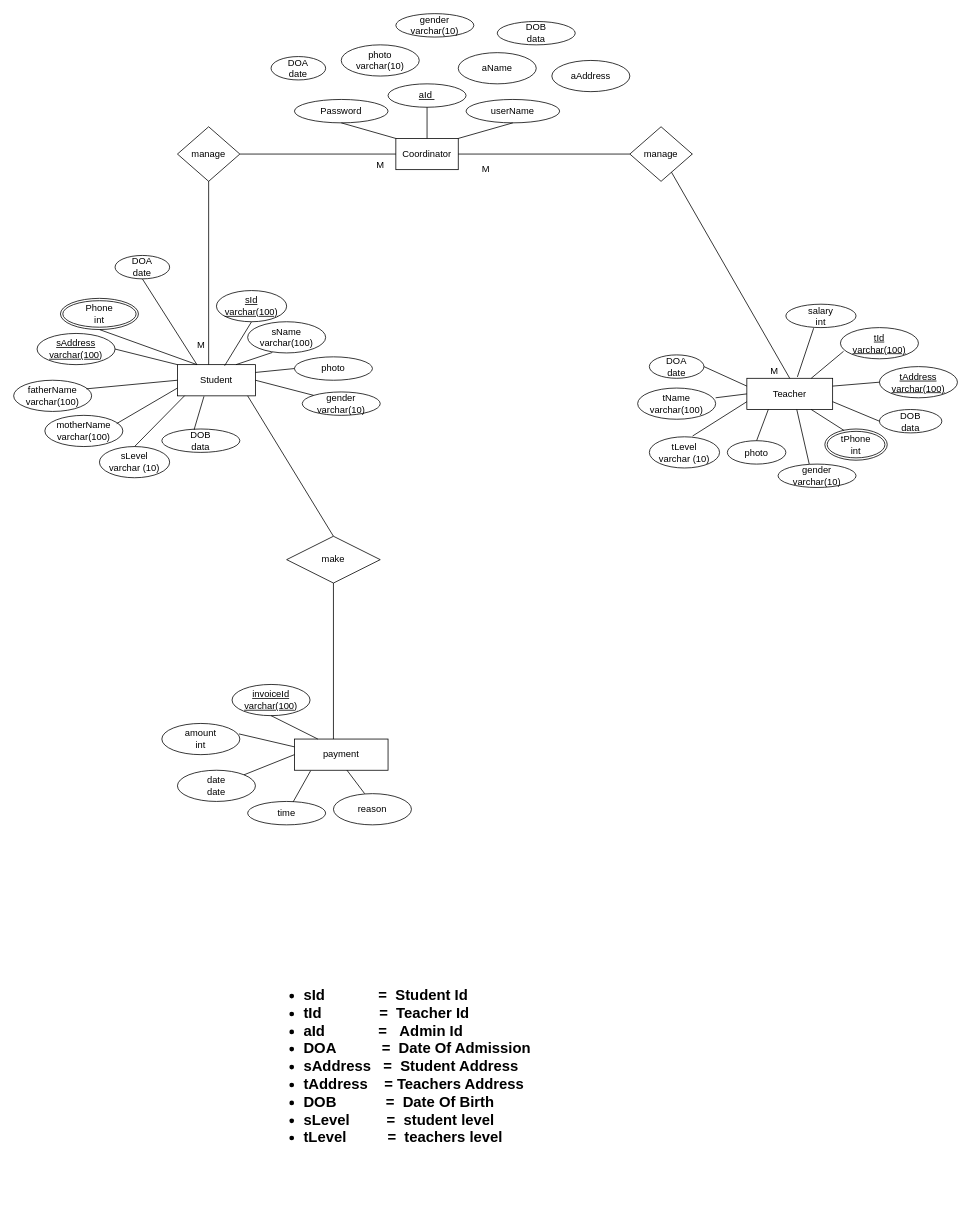
Dulara-Akalanka/Group-Software-Project keeps this draw.io diagram as ER-Diagram.drawio. Above is the earlier version. Source tidied: cells renumbered, new cells numbered last; positions are measured from the earlier drawing's top-left corner, leaving out a move shared by most shapes. Both pictures are drawn from the tidied source at 78%, with x=0, y=0 at pixel (13, 13).
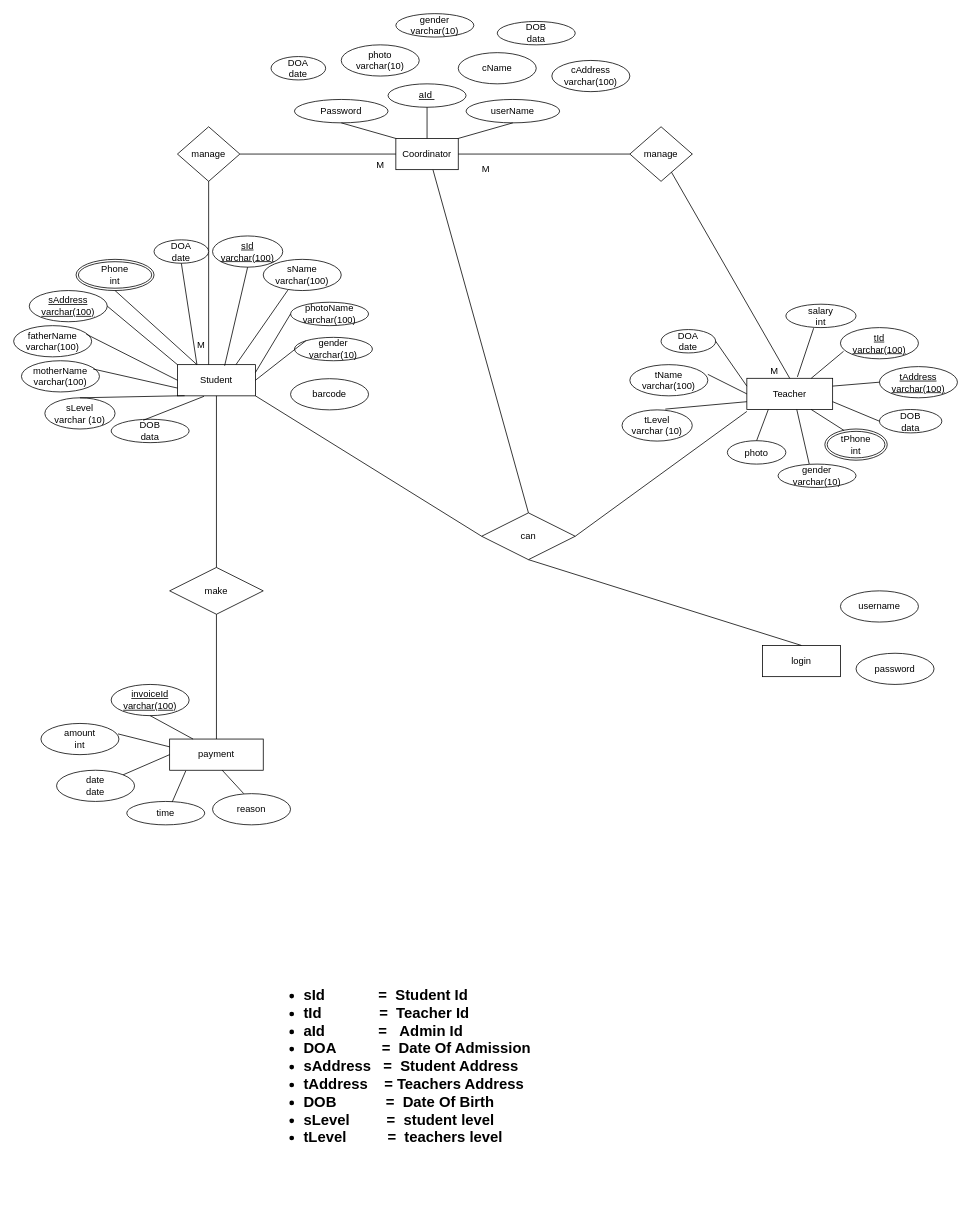
Above is the later version.

The change refers to these unchanged cells:
```xml
<mxCell id="2" value="Student" style="whiteSpace=wrap;html=1;align=center;" parent="1" vertex="1">
  <mxGeometry x="210" y="450" width="100" height="40" as="geometry" />
</mxCell>
<mxCell id="29" value="Coordinator" style="whiteSpace=wrap;html=1;align=center;" parent="1" vertex="1">
  <mxGeometry x="490" y="160" width="80" height="40" as="geometry" />
</mxCell>
```

The edit, as a diff of the source:
```diff
@@
     <mxCell id="4" value="sId&lt;br&gt;varchar(100)" style="ellipse;whiteSpace=wrap;html=1;align=center;fontStyle=4;" parent="1" vertex="1">
-      <mxGeometry x="260" y="355" width="90" height="40" as="geometry" />
+      <mxGeometry x="255" y="285" width="90" height="40" as="geometry" />
     </mxCell>
     <mxCell id="5" value="sName&lt;br&gt;varchar(100)" style="ellipse;whiteSpace=wrap;html=1;align=center;" parent="1" vertex="1">
-      <mxGeometry x="300" y="395" width="100" height="40" as="geometry" />
+      <mxGeometry x="320" y="315" width="100" height="40" as="geometry" />
     </mxCell>
@@
     <mxCell id="7" value="tName&lt;br&gt;varchar(100)" style="ellipse;whiteSpace=wrap;html=1;align=center;" parent="1" vertex="1">
-      <mxGeometry x="800" y="480" width="100" height="40" as="geometry" />
+      <mxGeometry x="790" y="450" width="100" height="40" as="geometry" />
     </mxCell>
     <mxCell id="8" value="sAddress&lt;br&gt;varchar(100)" style="ellipse;whiteSpace=wrap;html=1;align=center;fontStyle=4;" parent="1" vertex="1">
-      <mxGeometry x="30" y="410" width="100" height="40" as="geometry" />
+      <mxGeometry x="20" y="355" width="100" height="40" as="geometry" />
     </mxCell>
@@
     <mxCell id="10" value="Phone&lt;br&gt;int" style="ellipse;shape=doubleEllipse;margin=3;whiteSpace=wrap;html=1;align=center;" parent="1" vertex="1">
-      <mxGeometry x="60" y="365" width="100" height="40" as="geometry" />
+      <mxGeometry x="80" y="315" width="100" height="40" as="geometry" />
     </mxCell>
@@
     <mxCell id="12" value="motherName&lt;br&gt;varchar(100)" style="ellipse;whiteSpace=wrap;html=1;align=center;" parent="1" vertex="1">
-      <mxGeometry x="40" y="515" width="100" height="40" as="geometry" />
+      <mxGeometry x="10" y="445" width="100" height="40" as="geometry" />
     </mxCell>
     <mxCell id="13" value="fatherName&lt;br&gt;varchar(100)" style="ellipse;whiteSpace=wrap;html=1;align=center;" parent="1" vertex="1">
-      <mxGeometry y="470" width="100" height="40" as="geometry" />
+      <mxGeometry y="400" width="100" height="40" as="geometry" />
     </mxCell>
     <mxCell id="14" value="DOB&lt;br&gt;data" style="ellipse;whiteSpace=wrap;html=1;align=center;" parent="1" vertex="1">
-      <mxGeometry x="190" y="532.5" width="100" height="30" as="geometry" />
+      <mxGeometry x="125" y="520" width="100" height="30" as="geometry" />
     </mxCell>
     <mxCell id="15" value="gender&lt;br&gt;varchar(10)" style="ellipse;whiteSpace=wrap;html=1;align=center;" parent="1" vertex="1">
-      <mxGeometry x="370" y="485" width="100" height="30" as="geometry" />
+      <mxGeometry x="360" y="415" width="100" height="30" as="geometry" />
     </mxCell>
-    <mxCell id="16" value="photo" style="ellipse;whiteSpace=wrap;html=1;align=center;" parent="1" vertex="1">
-      <mxGeometry x="360" y="440" width="100" height="30" as="geometry" />
+    <mxCell id="16" value="photoName&lt;br&gt;varchar(100)" style="ellipse;whiteSpace=wrap;html=1;align=center;" parent="1" vertex="1">
+      <mxGeometry x="355" y="370" width="100" height="30" as="geometry" />
     </mxCell>
@@
     <mxCell id="42" value="DOA&lt;br&gt;date" style="ellipse;whiteSpace=wrap;html=1;" parent="1" vertex="1">
-      <mxGeometry x="130" y="310" width="70" height="30" as="geometry" />
+      <mxGeometry x="180" y="290" width="70" height="30" as="geometry" />
     </mxCell>
     <mxCell id="43" value="DOA&lt;br&gt;date" style="ellipse;whiteSpace=wrap;html=1;direction=south;" parent="1" vertex="1">
-      <mxGeometry x="815" y="437.5" width="70" height="30" as="geometry" />
+      <mxGeometry x="830" y="405" width="70" height="30" as="geometry" />
     </mxCell>
@@
     <mxCell id="62" value="make" style="shape=rhombus;perimeter=rhombusPerimeter;whiteSpace=wrap;html=1;align=center;" parent="1" vertex="1">
-      <mxGeometry x="350" y="670" width="120" height="60" as="geometry" />
+      <mxGeometry x="200" y="710" width="120" height="60" as="geometry" />
     </mxCell>
-    <mxCell id="63" style="endArrow=none;html=1;rounded=0;entryX=0.5;entryY=0;entryDx=0;entryDy=0;exitX=0.9;exitY=1;exitDx=0;exitDy=0;exitPerimeter=0;" parent="1" edge="1" source="2" target="62">
+    <mxCell id="63" style="endArrow=none;html=1;rounded=0;entryX=0.5;entryY=0;entryDx=0;entryDy=0;exitX=0.5;exitY=1;exitDx=0;exitDy=0;" parent="1" edge="1" source="2" target="62">
       <mxGeometry relative="1" as="geometry" />
     </mxCell>
-    <mxCell id="64" style="endArrow=none;html=1;rounded=0;exitX=0.5;exitY=1;exitDx=0;exitDy=0;" parent="1" edge="1" source="62">
-      <mxGeometry relative="1" as="geometry">
-        <mxPoint x="410" y="940" as="targetPoint" />
-      </mxGeometry>
+    <mxCell id="64" style="endArrow=none;html=1;rounded=0;exitX=0.5;exitY=1;exitDx=0;exitDy=0;entryX=0.5;entryY=0;entryDx=0;entryDy=0;" parent="1" edge="1" source="62" target="80">
+      <mxGeometry relative="1" as="geometry" />
     </mxCell>
     <mxCell id="65" value="amount&lt;br&gt;int" style="ellipse;whiteSpace=wrap;html=1;align=center;" parent="1" vertex="1">
-      <mxGeometry x="190" y="910" width="100" height="40" as="geometry" />
+      <mxGeometry x="35" y="910" width="100" height="40" as="geometry" />
     </mxCell>
     <mxCell id="66" value="invoiceId&lt;br&gt;varchar(100)" style="ellipse;whiteSpace=wrap;html=1;align=center;fontStyle=4;" parent="1" vertex="1">
-      <mxGeometry x="280" y="860" width="100" height="40" as="geometry" />
+      <mxGeometry x="125" y="860" width="100" height="40" as="geometry" />
     </mxCell>
     <mxCell id="67" value="date&lt;br&gt;date" style="ellipse;whiteSpace=wrap;html=1;align=center;" parent="1" vertex="1">
-      <mxGeometry x="210" y="970" width="100" height="40" as="geometry" />
+      <mxGeometry x="55" y="970" width="100" height="40" as="geometry" />
     </mxCell>
     <mxCell id="68" value="time" style="ellipse;whiteSpace=wrap;html=1;align=center;" parent="1" vertex="1">
-      <mxGeometry x="300" y="1010" width="100" height="30" as="geometry" />
+      <mxGeometry x="145" y="1010" width="100" height="30" as="geometry" />
     </mxCell>
-    <mxCell id="69" value="aName" style="ellipse;whiteSpace=wrap;html=1;align=center;" parent="1" vertex="1">
+    <mxCell id="69" value="cName" style="ellipse;whiteSpace=wrap;html=1;align=center;" parent="1" vertex="1">
       <mxGeometry x="570" y="50" width="100" height="40" as="geometry" />
     </mxCell>
-    <mxCell id="70" value="aAddress" style="ellipse;whiteSpace=wrap;html=1;align=center;" parent="1" vertex="1">
+    <mxCell id="70" value="cAddress&lt;br&gt;varchar(100)" style="ellipse;whiteSpace=wrap;html=1;align=center;" parent="1" vertex="1">
       <mxGeometry x="690" y="60" width="100" height="40" as="geometry" />
     </mxCell>
@@
     <mxCell id="73" value="reason" style="ellipse;whiteSpace=wrap;html=1;align=center;" parent="1" vertex="1">
-      <mxGeometry x="410" y="1000" width="100" height="40" as="geometry" />
+      <mxGeometry x="255" y="1000" width="100" height="40" as="geometry" />
     </mxCell>
@@
     <mxCell id="76" value="sLevel&lt;br&gt;varchar (10)" style="ellipse;whiteSpace=wrap;html=1;align=center;" parent="1" vertex="1">
-      <mxGeometry x="110" y="555" width="90" height="40" as="geometry" />
+      <mxGeometry x="40" y="492.5" width="90" height="40" as="geometry" />
     </mxCell>
     <mxCell id="77" value="tLevel&lt;br&gt;varchar (10)" style="ellipse;whiteSpace=wrap;html=1;align=center;" parent="1" vertex="1">
-      <mxGeometry x="815" y="542.5" width="90" height="40" as="geometry" />
+      <mxGeometry x="780" y="508" width="90" height="40" as="geometry" />
     </mxCell>
@@
     <mxCell id="80" value="payment" style="rounded=0;whiteSpace=wrap;html=1;" parent="1" vertex="1">
-      <mxGeometry x="360" y="930" width="120" height="40" as="geometry" />
+      <mxGeometry x="200" y="930" width="120" height="40" as="geometry" />
     </mxCell>
@@
     <mxCell id="82" style="endArrow=none;html=1;rounded=0;entryX=0.56;entryY=0.995;entryDx=0;entryDy=0;entryPerimeter=0;" parent="1" edge="1" target="80">
       <mxGeometry relative="1" as="geometry">
-        <mxPoint x="450" y="1000" as="sourcePoint" />
+        <mxPoint x="295" y="1000" as="sourcePoint" />
       </mxGeometry>
     </mxCell>
@@
+    <mxCell id="86" value="barcode" style="ellipse;whiteSpace=wrap;html=1;align=center;" parent="1" vertex="1">
+      <mxGeometry x="355" y="468" width="100" height="40" as="geometry" />
+    </mxCell>
+    <mxCell id="87" value="can" style="shape=rhombus;perimeter=rhombusPerimeter;whiteSpace=wrap;html=1;align=center;" parent="1" vertex="1">
+      <mxGeometry x="600" y="640" width="120" height="60" as="geometry" />
+    </mxCell>
+    <mxCell id="88" value="login" style="whiteSpace=wrap;html=1;align=center;" parent="1" vertex="1">
+      <mxGeometry x="960" y="810" width="100" height="40" as="geometry" />
+    </mxCell>
+    <mxCell id="89" style="endArrow=none;html=1;rounded=0;exitX=0.5;exitY=1;exitDx=0;exitDy=0;entryX=0.5;entryY=0;entryDx=0;entryDy=0;" parent="1" edge="1" source="87" target="88">
+      <mxGeometry relative="1" as="geometry" />
+    </mxCell>
+    <mxCell id="90" style="endArrow=none;html=1;rounded=0;exitX=1;exitY=1;exitDx=0;exitDy=0;entryX=0;entryY=0.5;entryDx=0;entryDy=0;" parent="1" edge="1" source="2" target="87">
+      <mxGeometry relative="1" as="geometry" />
+    </mxCell>
+    <mxCell id="91" style="endArrow=none;html=1;rounded=0;exitX=0.595;exitY=1.005;exitDx=0;exitDy=0;exitPerimeter=0;entryX=0.5;entryY=0;entryDx=0;entryDy=0;" parent="1" edge="1" source="29" target="87">
+      <mxGeometry relative="1" as="geometry" />
+    </mxCell>
+    <mxCell id="92" style="endArrow=none;html=1;rounded=0;exitX=1;exitY=0.5;exitDx=0;exitDy=0;" parent="1" edge="1" source="87">
+      <mxGeometry relative="1" as="geometry">
+        <mxPoint x="940" y="510" as="targetPoint" />
+      </mxGeometry>
+    </mxCell>
+    <mxCell id="93" value="username" style="ellipse;whiteSpace=wrap;html=1;align=center;" parent="1" vertex="1">
+      <mxGeometry x="1060" y="740" width="100" height="40" as="geometry" />
+    </mxCell>
+    <mxCell id="94" value="password" style="ellipse;whiteSpace=wrap;html=1;align=center;" parent="1" vertex="1">
+      <mxGeometry x="1080" y="820" width="100" height="40" as="geometry" />
+    </mxCell>
```
